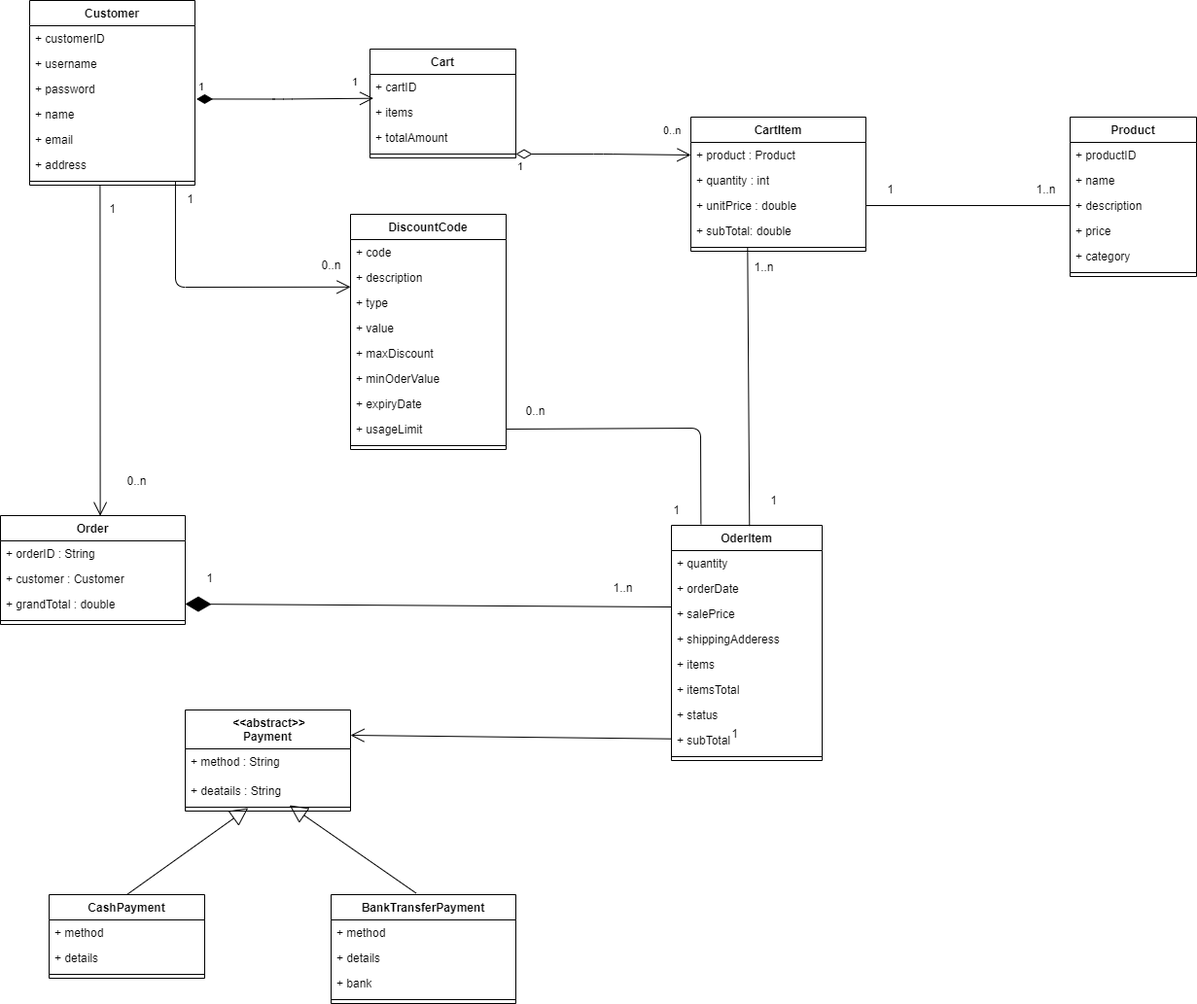
NguyenThaiDung2003/IT3120Nhom11 keeps this draw.io diagram as Domain Class Diagram/Cart_Checkout.drawio.png. Above is the earlier version. Source tidied: cells renumbered, new cells last; positions are measured from the earlier drawing's top-left corner, leaving out a move shared by most shapes.
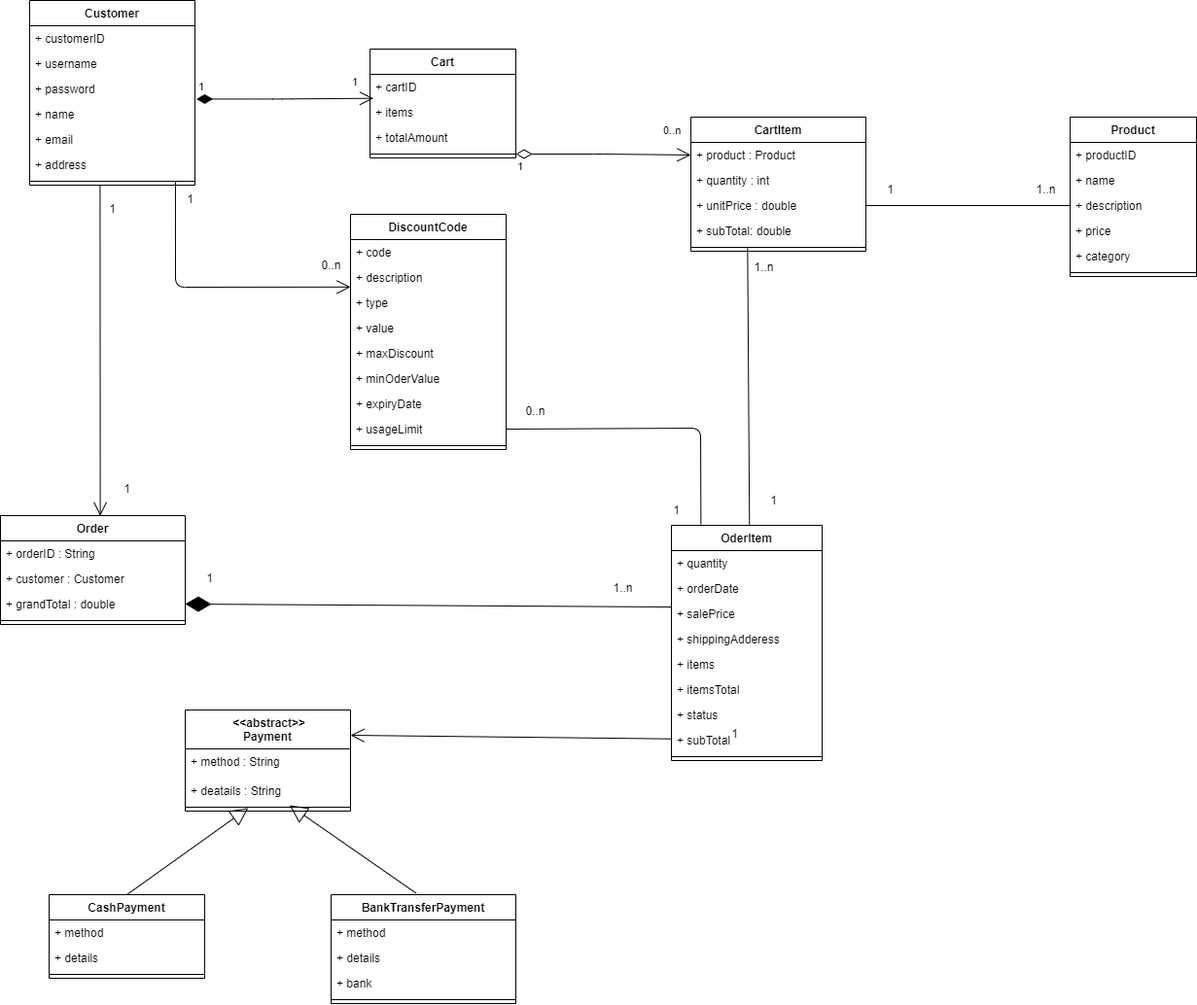
The same file after the commit.

Commit message:
chinh sua phan cart checkout

Change to the diagram source:
```diff
@@ -230,9 +230,6 @@
     <mxCell id="77" value="1" style="text;html=1;align=center;verticalAlign=middle;strokeColor=none;fillColor=none;" parent="1" vertex="1">
       <mxGeometry x="100" y="200" width="30" height="30" as="geometry" />
     </mxCell>
-    <mxCell id="78" value="0..n" style="text;html=1;align=center;verticalAlign=middle;strokeColor=none;fillColor=none;" parent="1" vertex="1">
-      <mxGeometry x="120" y="480" width="40" height="30" as="geometry" />
-    </mxCell>
     <mxCell id="79" value="1" style="text;html=1;align=center;verticalAlign=middle;strokeColor=none;fillColor=none;" parent="1" vertex="1">
       <mxGeometry x="200" y="580" width="30" height="30" as="geometry" />
     </mxCell>
@@ -283,5 +280,8 @@
     <mxCell id="92" value="1" style="text;html=1;align=center;verticalAlign=middle;strokeColor=none;fillColor=none;" parent="1" vertex="1">
       <mxGeometry x="680" y="510" width="30" height="30" as="geometry" />
     </mxCell>
+    <mxCell id="93" value="1" style="text;html=1;align=center;verticalAlign=middle;strokeColor=none;fillColor=none;" parent="1" vertex="1">
+      <mxGeometry x="115" y="488" width="30" height="30" as="geometry" />
+    </mxCell>
   </root>
 </mxGraphModel>
```
